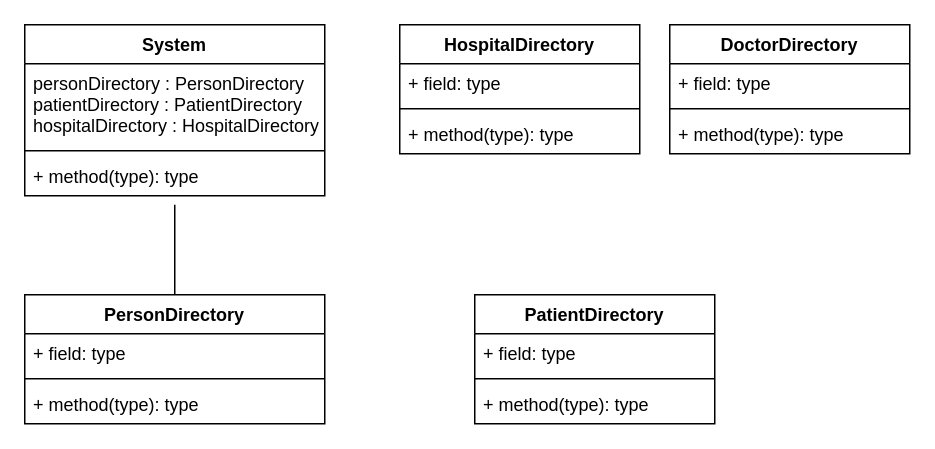
The draw.io diagram Untitled Diagram.drawio in akumalla-s/Class-Diagrams, before the edit. Source tidied: cells renumbered, new cells numbered last; positions are measured from the earlier drawing's top-left corner, leaving out a move shared by most shapes. Both pictures are drawn from the tidied source at 150%, with x=0, y=0 at pixel (24, 24).
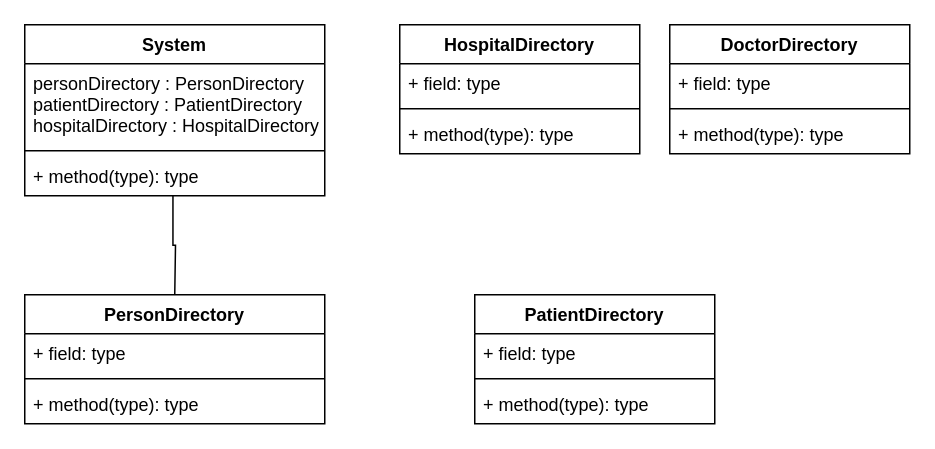
After the change.

Unchanged cells that the change refers to:
```xml
<mxCell id="5" value="+ method(type): type" style="text;strokeColor=none;fillColor=none;align=left;verticalAlign=top;spacingLeft=4;spacingRight=4;overflow=hidden;points=[[0,0.5],[1,0.5]];portConstraint=eastwest;" parent="2" vertex="1">
  <mxGeometry y="88" width="200" height="26" as="geometry" />
</mxCell>
<mxCell id="11" value="PersonDirectory" style="swimlane;fontStyle=1;align=center;verticalAlign=top;horizontal=1;startSize=26;" parent="1" vertex="1">
  <mxGeometry y="180" width="200" height="86" as="geometry" />
</mxCell>
```

Diff of the diagram source:
```diff
@@
-    <mxCell id="10" style="edgeStyle=orthogonalEdgeStyle;rounded=0;jettySize=auto;html=1;endArrow=none;endFill=0;" parent="1" edge="1" source="11">
+    <mxCell id="10" style="edgeStyle=orthogonalEdgeStyle;rounded=0;jettySize=auto;html=1;endArrow=none;endFill=0;entryX=0.494;entryY=1.008;entryDx=0;entryDy=0;entryPerimeter=0;" parent="1" edge="1" target="5">
       <mxGeometry relative="1" as="geometry">
-        <mxPoint x="100" y="120" as="targetPoint" />
+        <mxPoint x="100" y="180" as="sourcePoint" />
       </mxGeometry>
     </mxCell>
```
